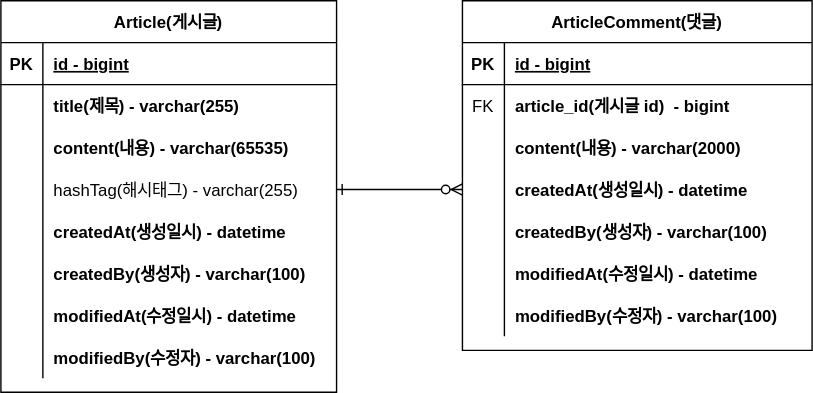
Before: document/project-board-erd.svg, a diagram exported from draw.io (BWhale1010/exercise-board). Source tidied: cells renumbered, new cells last; positions are measured from the earlier drawing's top-left corner, leaving out a move shared by most shapes.
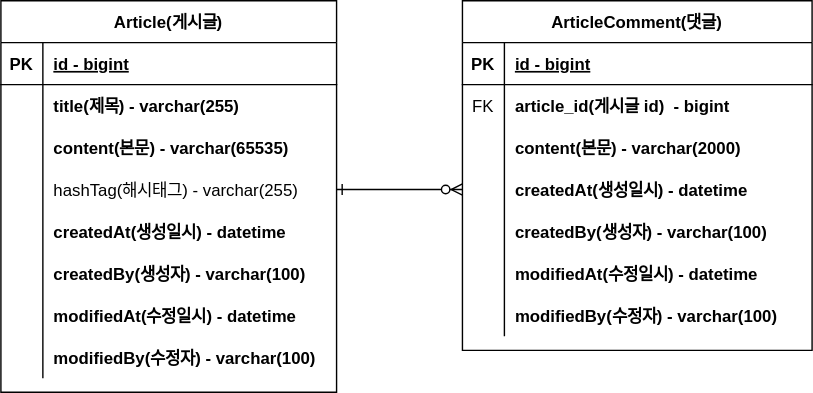
Later version of the same file.

Commit message:
#8 - ERD 주석 업데이트 project-board-erd.svg

Diff of the diagram source:
```diff
@@ -32,7 +32,7 @@
     <mxCell id="11" style="shape=partialRectangle;overflow=hidden;fillColor=none;top=0;left=0;bottom=0;right=0;" parent="10" vertex="1">
       <mxGeometry width="30" height="30" as="geometry" />
     </mxCell>
-    <mxCell id="12" value="content(내용) - varchar(2000)" style="shape=partialRectangle;overflow=hidden;fillColor=none;top=0;left=0;bottom=0;right=0;align=left;spacingLeft=6;fontStyle=1;" parent="10" vertex="1">
+    <mxCell id="12" value="content(본문) - varchar(2000)" style="shape=partialRectangle;overflow=hidden;fillColor=none;top=0;left=0;bottom=0;right=0;align=left;spacingLeft=6;fontStyle=1;" parent="10" vertex="1">
       <mxGeometry x="30" width="220" height="30" as="geometry" />
     </mxCell>
     <mxCell id="13" style="shape=partialRectangle;fillColor=none;points=[[0,0.5],[1,0.5]];portConstraint=eastwest;top=0;left=0;right=0;bottom=0;" parent="3" vertex="1">
@@ -98,7 +98,7 @@
     <mxCell id="33" style="shape=partialRectangle;overflow=hidden;fillColor=none;top=0;left=0;bottom=0;right=0;" parent="32" vertex="1">
       <mxGeometry width="30" height="30" as="geometry" />
     </mxCell>
-    <mxCell id="34" value="content(내용) - varchar(65535)" style="shape=partialRectangle;overflow=hidden;fillColor=none;top=0;left=0;bottom=0;right=0;align=left;spacingLeft=6;fontStyle=1;" parent="32" vertex="1">
+    <mxCell id="34" value="content(본문) - varchar(65535)" style="shape=partialRectangle;overflow=hidden;fillColor=none;top=0;left=0;bottom=0;right=0;align=left;spacingLeft=6;fontStyle=1;" parent="32" vertex="1">
       <mxGeometry x="30" width="210" height="30" as="geometry" />
     </mxCell>
     <mxCell id="35" style="shape=partialRectangle;fillColor=none;points=[[0,0.5],[1,0.5]];portConstraint=eastwest;top=0;left=0;right=0;bottom=0;" parent="25" vertex="1">
```
